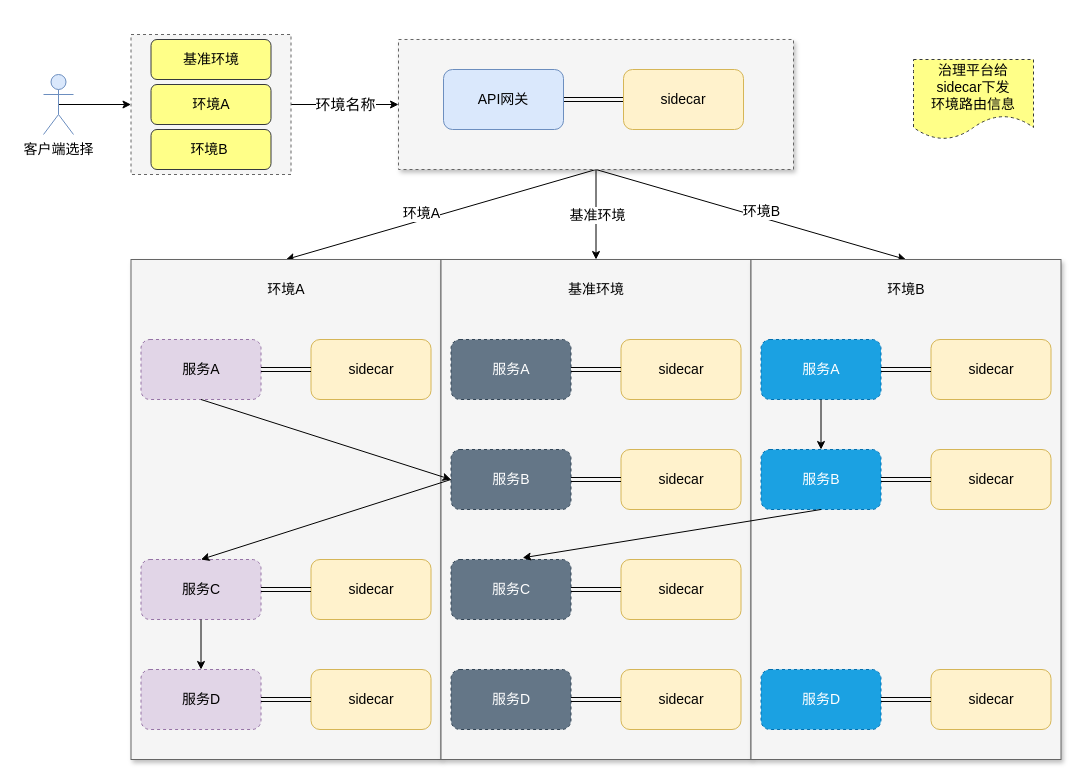
The draw.io diagram page "多环境治理" (1 of 3) of 多环境.drawio in xinguai/asmshare, before the edit. Source tidied: cells renumbered, new cells numbered last; positions are measured from the earlier drawing's top-left corner, leaving out a move shared by most shapes. Both pictures are drawn from the tidied source at 100%, with x=0, y=0 at pixel (43, 34).
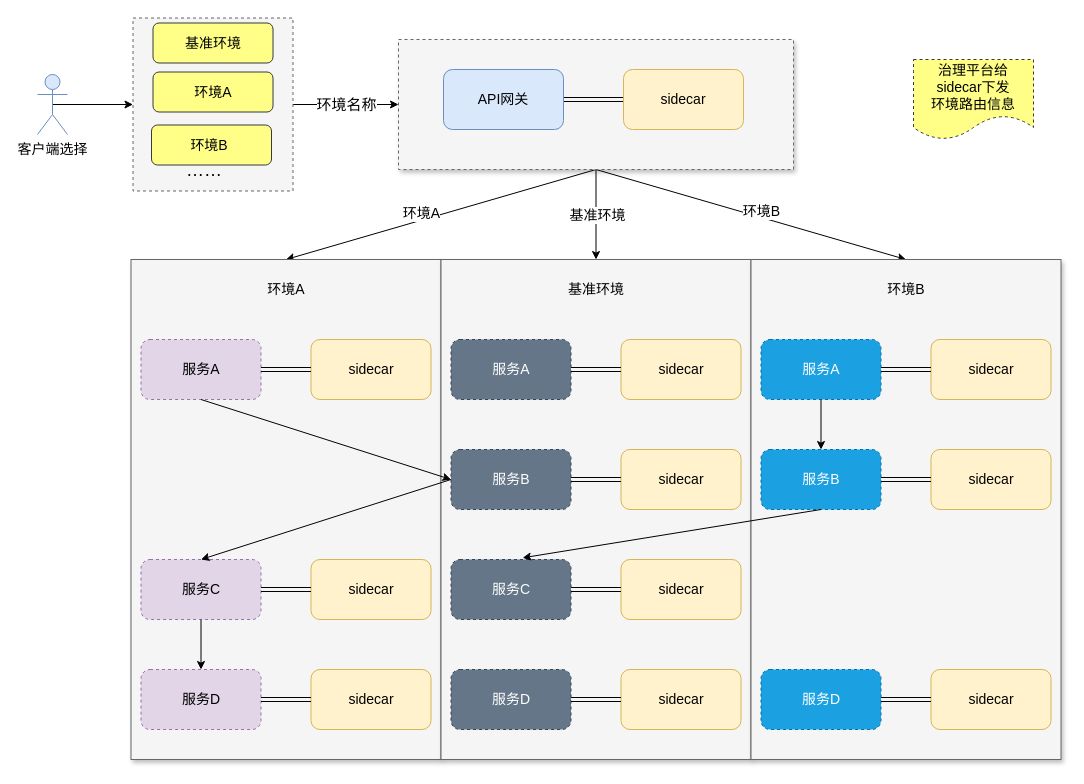
Above is the later version.

Change to the diagram source:
```diff
@@
     <mxCell id="66" style="rounded=0;whiteSpace=wrap;html=1;fillColor=#f5f5f5;strokeColor=#666666;fontColor=#333333;shadow=0;dashed=1;" parent="1" vertex="1">
-      <mxGeometry x="87.5" width="160" height="140" as="geometry" />
+      <mxGeometry x="89.5" y="-16.5" width="160" height="173" as="geometry" />
     </mxCell>
@@
     <mxCell id="68" value="&lt;font style=&quot;font-size: 14px&quot;&gt;客户端选择&lt;/font&gt;" style="shape=umlActor;verticalLabelPosition=bottom;verticalAlign=top;html=1;outlineConnect=0;fillColor=#dae8fc;strokeColor=#6c8ebf;" parent="1" vertex="1">
-      <mxGeometry y="40" width="30" height="60" as="geometry" />
+      <mxGeometry x="-6" y="40" width="30" height="60" as="geometry" />
     </mxCell>
     <mxCell id="69" value="&lt;font style=&quot;font-size: 14px&quot;&gt;基准环境&lt;/font&gt;" style="rounded=1;whiteSpace=wrap;html=1;fillColor=#ffff88;strokeColor=#36393d;" parent="1" vertex="1">
-      <mxGeometry x="107.5" y="5" width="120" height="40" as="geometry" />
+      <mxGeometry x="109.5" y="-11.5" width="120" height="40" as="geometry" />
     </mxCell>
     <mxCell id="70" value="&lt;font style=&quot;font-size: 14px&quot;&gt;环境A&lt;/font&gt;" style="rounded=1;whiteSpace=wrap;html=1;fillColor=#ffff88;strokeColor=#36393d;" parent="1" vertex="1">
-      <mxGeometry x="107.5" y="50" width="120" height="40" as="geometry" />
+      <mxGeometry x="109.5" y="37.5" width="120" height="40" as="geometry" />
     </mxCell>
     <mxCell id="71" value="&lt;font style=&quot;font-size: 14px&quot;&gt;环境B&amp;nbsp;&lt;/font&gt;" style="rounded=1;whiteSpace=wrap;html=1;fillColor=#ffff88;strokeColor=#36393d;" parent="1" vertex="1">
-      <mxGeometry x="107.5" y="95" width="120" height="40" as="geometry" />
+      <mxGeometry x="108" y="90.5" width="120" height="40" as="geometry" />
     </mxCell>
@@
+    <mxCell id="73" value="&lt;font style=&quot;font-size: 18px&quot;&gt;……&lt;/font&gt;" style="text;html=1;strokeColor=none;fillColor=none;align=center;verticalAlign=middle;whiteSpace=wrap;rounded=0;" parent="1" vertex="1">
+      <mxGeometry x="141" y="125.5" width="40" height="20" as="geometry" />
+    </mxCell>
```
